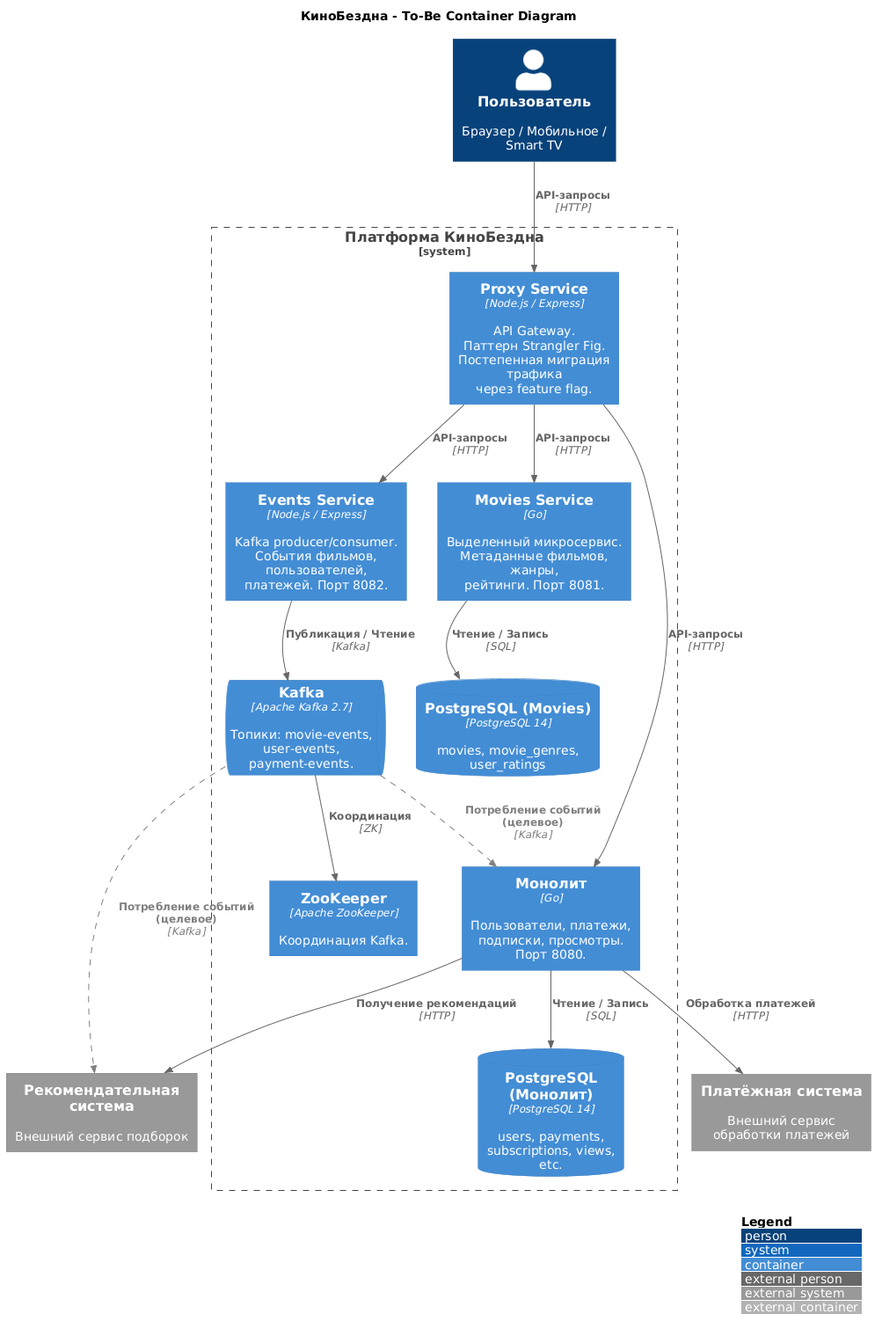
Above: docs/c4-container-diagram.png in SiritosKon/architecture-cinemaabyss (PlantUML), before the change.
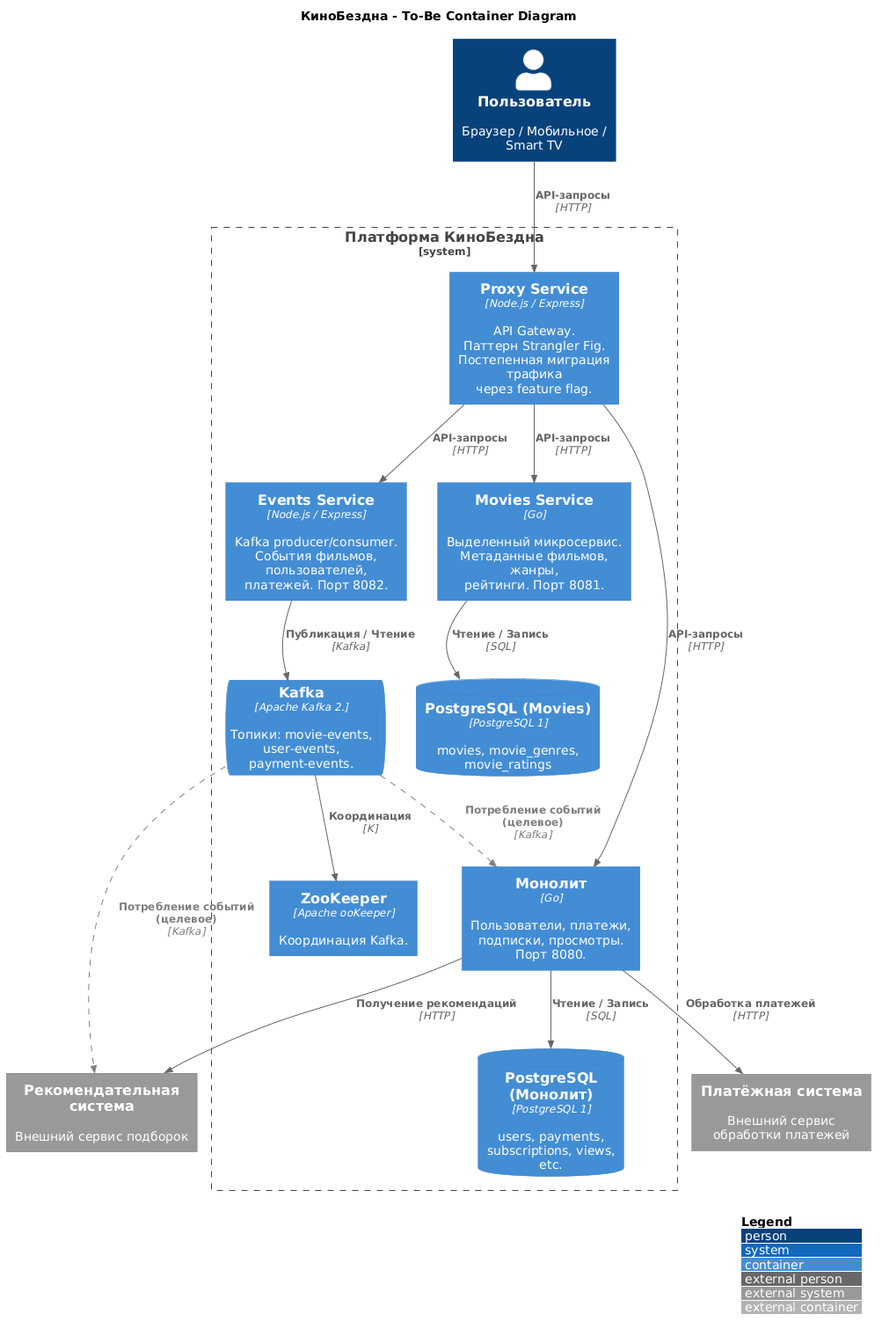
After the change.

Commit message:
fix: rename user_ratings to movie_ratings in Movies Service DB

The ratings table belongs to the movie domain, so naming it
movie_ratings is more consistent. user_id is stored as an
external identifier for cross-domain linking.

Change to the diagram source:
```diff
@@ -24,7 +24,7 @@
 
     ContainerDb(postgres_monolith, "PostgreSQL (Монолит)", "PostgreSQL 14", "users, payments,\nsubscriptions, views,\netc.")
 
-    ContainerDb(postgres_movies, "PostgreSQL (Movies)", "PostgreSQL 14", "movies, movie_genres,\nuser_ratings")
+    ContainerDb(postgres_movies, "PostgreSQL (Movies)", "PostgreSQL 14", "movies, movie_genres,\nmovie_ratings")
 
     ContainerQueue(kafka, "Kafka", "Apache Kafka 2.7", "Топики: movie-events,\nuser-events,\npayment-events.")
 
```
